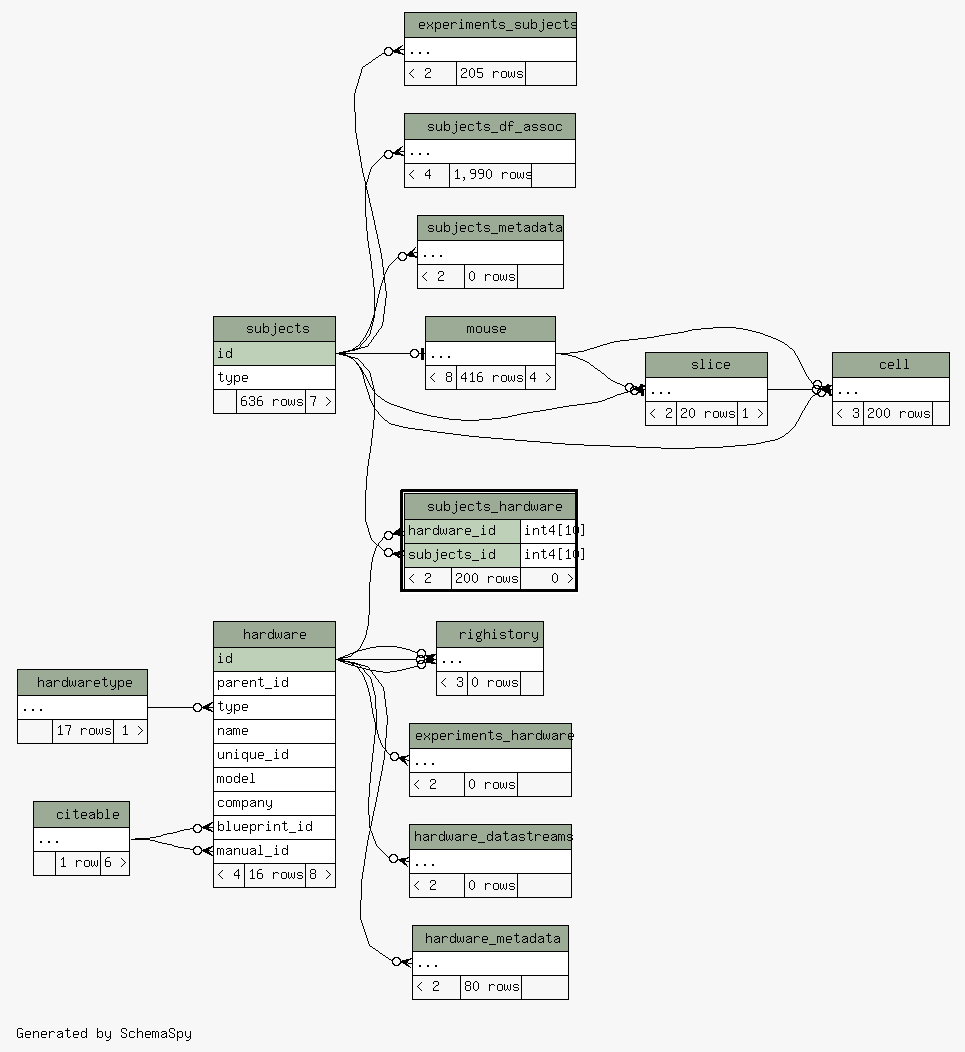
Earlier version of the Graphviz export database/ss/diagrams/subjects_hardware.2degrees.png (tgbugs/mlab). Its source is kept beside it as database/ss/diagrams/subjects_hardware.2degrees.dot.
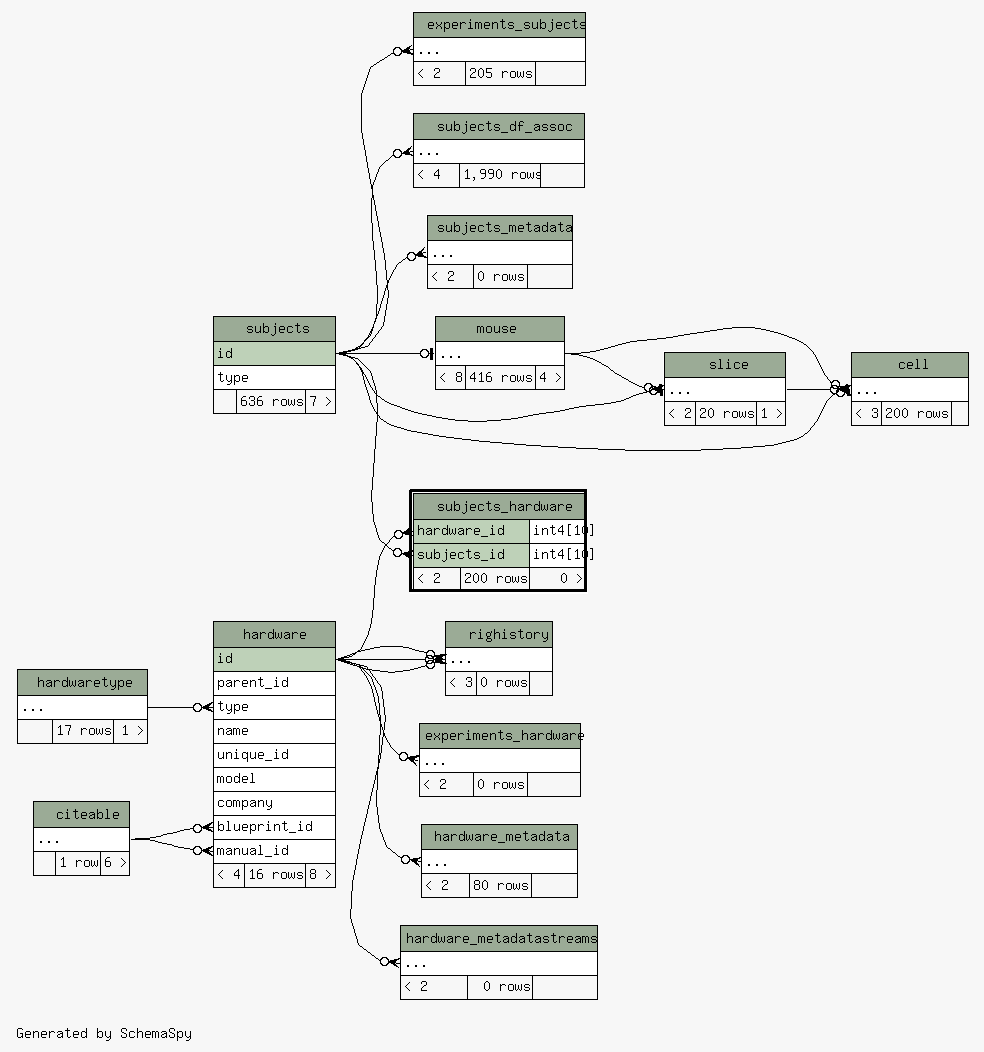
After the commit.

Diff of the diagram source:
```diff
@@ -25,8 +25,8 @@
   "hardware":"blueprint_id":w -> "citeable":"elipses":e [arrowhead=none dir=back arrowtail=crowodot];
   "hardware":"manual_id":w -> "citeable":"elipses":e [arrowhead=none dir=back arrowtail=crowodot];
   "hardware":"type":w -> "hardwaretype":"elipses":e [arrowhead=none dir=back arrowtail=crowodot];
-  "hardware_datastreams":"elipses":w -> "hardware":"id":e [arrowhead=none dir=back arrowtail=crowodot];
   "hardware_metadata":"elipses":w -> "hardware":"id":e [arrowhead=none dir=back arrowtail=crowodot];
+  "hardware_metadatastreams":"elipses":w -> "hardware":"id":e [arrowhead=none dir=back arrowtail=crowodot];
   "mouse":"elipses":w -> "subjects":"id":e [arrowhead=none dir=back arrowtail=teeodot];
   "righistory":"elipses":w -> "hardware":"id":e [arrowhead=none dir=back arrowtail=crowodot];
   "righistory":"elipses":w -> "hardware":"id":e [arrowhead=none dir=back arrowtail=crowodot];
@@ -95,16 +95,6 @@
     URL="hardware.html"
     tooltip="hardware"
   ];
-  "hardware_datastreams" [
-    label=<
-    <TABLE BORDER="0" CELLBORDER="1" CELLSPACING="0" BGCOLOR="#ffffff">
-      <TR><TD COLSPAN="3" BGCOLOR="#9bab96" ALIGN="CENTER">hardware_datastreams</TD></TR>
-      <TR><TD PORT="elipses" COLSPAN="3" ALIGN="LEFT">...</TD></TR>
-      <TR><TD ALIGN="LEFT" BGCOLOR="#f7f7f7">&lt; 2</TD><TD ALIGN="RIGHT" BGCOLOR="#f7f7f7">0 rows</TD><TD ALIGN="RIGHT" BGCOLOR="#f7f7f7">  </TD></TR>
-    </TABLE>>
-    URL="hardware_datastreams.html"
-    tooltip="hardware_datastreams"
-  ];
   "hardware_metadata" [
     label=<
     <TABLE BORDER="0" CELLBORDER="1" CELLSPACING="0" BGCOLOR="#ffffff">
@@ -114,6 +104,16 @@
     </TABLE>>
     URL="hardware_metadata.html"
     tooltip="hardware_metadata"
+  ];
+  "hardware_metadatastreams" [
+    label=<
+    <TABLE BORDER="0" CELLBORDER="1" CELLSPACING="0" BGCOLOR="#ffffff">
+      <TR><TD COLSPAN="3" BGCOLOR="#9bab96" ALIGN="CENTER">hardware_metadatastreams</TD></TR>
+      <TR><TD PORT="elipses" COLSPAN="3" ALIGN="LEFT">...</TD></TR>
+      <TR><TD ALIGN="LEFT" BGCOLOR="#f7f7f7">&lt; 2</TD><TD ALIGN="RIGHT" BGCOLOR="#f7f7f7">0 rows</TD><TD ALIGN="RIGHT" BGCOLOR="#f7f7f7">  </TD></TR>
+    </TABLE>>
+    URL="hardware_metadatastreams.html"
+    tooltip="hardware_metadatastreams"
   ];
   "hardwaretype" [
     label=<
```
